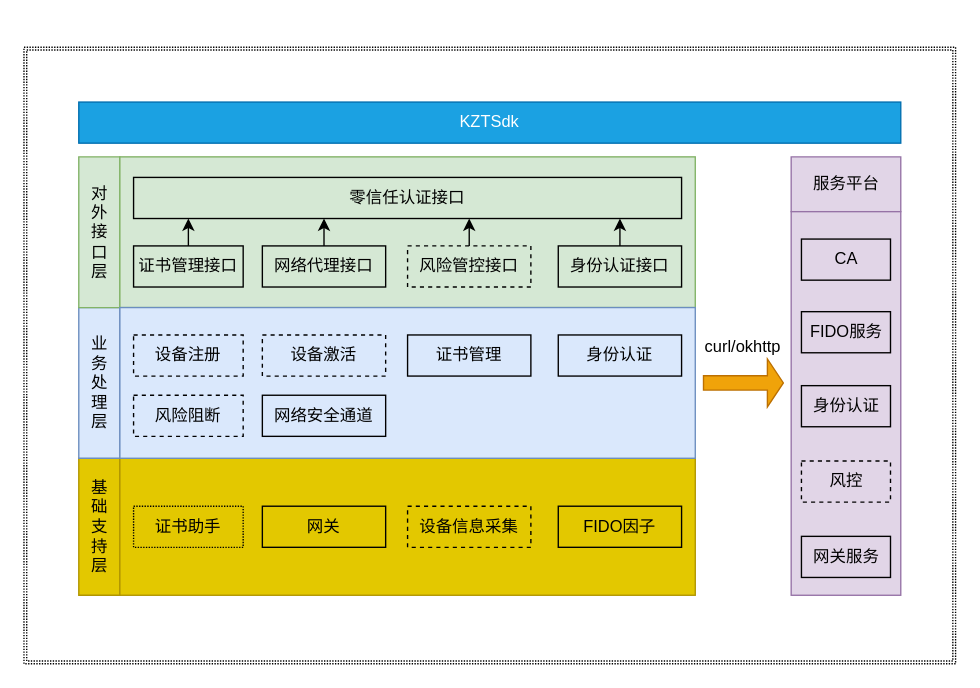
Earlier version of the draw.io diagram 统一身份认证架构视图.drawio (mobof/Koal). Source tidied: cells renumbered, new cells numbered last; positions are measured from the earlier drawing's top-left corner, leaving out a move shared by most shapes. Both pictures are drawn from the tidied source at 137%, with x=0, y=0 at pixel (23, 47).
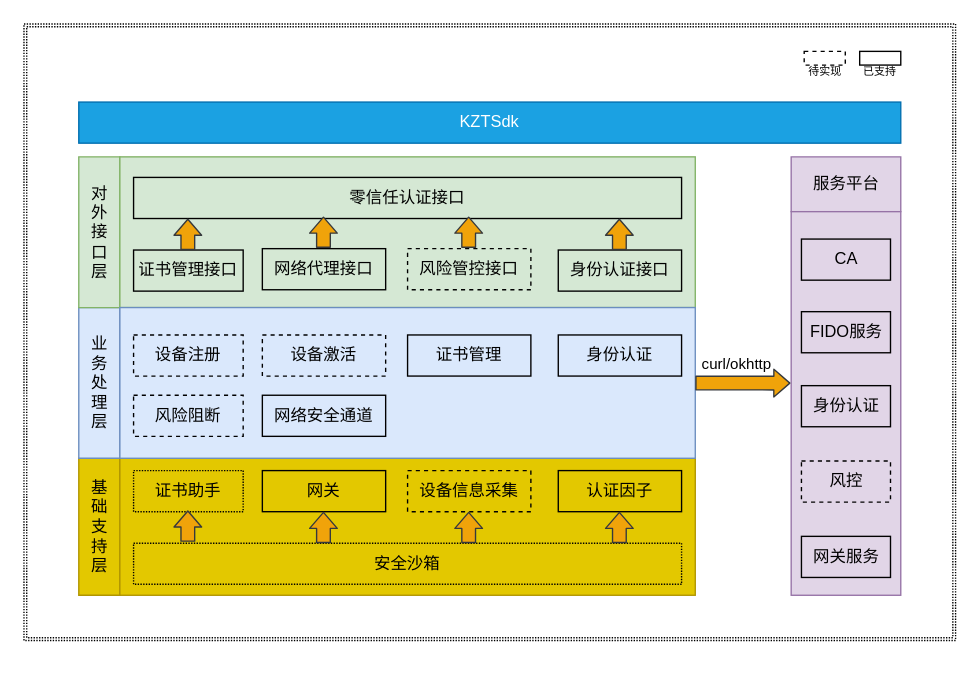
After the change.

Commit message:
Update 统一身份认证架构视图.drawio

The change refers to these unchanged cells:
```xml
<mxCell id="9" style="rounded=0;whiteSpace=wrap;html=1;fontSize=12;fillColor=#e1d5e7;strokeColor=#9673a6;" parent="1" vertex="1">
  <mxGeometry x="560" y="120" width="80" height="280" as="geometry" />
</mxCell>
<mxCell id="13" style="rounded=0;whiteSpace=wrap;html=1;fontSize=12;fillColor=#dae8fc;strokeColor=#6c8ebf;" parent="1" vertex="1">
  <mxGeometry x="70" y="190" width="420" height="110" as="geometry" />
</mxCell>
<mxCell id="14" value="零信任认证接口" style="rounded=0;whiteSpace=wrap;html=1;fontSize=12;fillColor=none;" parent="1" vertex="1">
  <mxGeometry x="80" y="95" width="400" height="30" as="geometry" />
</mxCell>
```

Change to the diagram source:
```diff
@@
-    <mxCell id="2" value="curl/okhttp" style="shape=singleArrow;direction=east;whiteSpace=wrap;html=1;fontSize=12;strokeColor=#BD7000;fillColor=#f0a30a;fontColor=#000000;labelPosition=center;verticalLabelPosition=top;align=center;verticalAlign=bottom;shadow=0;sketch=0;" parent="1" vertex="1">
-      <mxGeometry x="496" y="227.5" width="58.3" height="35" as="geometry" />
-    </mxCell>
     <mxCell id="3" style="shape=ext;double=1;rounded=0;whiteSpace=wrap;html=1;dashed=1;dashPattern=1 1;fontSize=12;strokeColor=#000000;fillColor=none;" parent="1" vertex="1">
-      <mxGeometry width="680" height="450" as="geometry" />
+      <mxGeometry y="-17" width="680" height="450" as="geometry" />
     </mxCell>
@@
-    <mxCell id="15" style="edgeStyle=orthogonalEdgeStyle;rounded=0;jettySize=auto;html=1;entryX=0.098;entryY=0.967;entryDx=0;entryDy=0;entryPerimeter=0;fontSize=12;" parent="1" edge="1" source="16" target="14">
-      <mxGeometry relative="1" as="geometry" />
-    </mxCell>
     <mxCell id="16" value="证书管理接口" style="rounded=0;whiteSpace=wrap;html=1;fontSize=12;fillColor=none;" parent="1" vertex="1">
-      <mxGeometry x="80" y="145" width="80" height="30" as="geometry" />
+      <mxGeometry x="80" y="148" width="80" height="30" as="geometry" />
     </mxCell>
-    <mxCell id="17" style="edgeStyle=orthogonalEdgeStyle;rounded=0;jettySize=auto;html=1;entryX=0.348;entryY=1.033;entryDx=0;entryDy=0;entryPerimeter=0;fontSize=12;" parent="1" edge="1" source="18" target="14">
-      <mxGeometry relative="1" as="geometry" />
-    </mxCell>
     <mxCell id="18" value="网络代理接口" style="rounded=0;whiteSpace=wrap;html=1;fontSize=12;fillColor=none;" parent="1" vertex="1">
-      <mxGeometry x="174" y="145" width="90" height="30" as="geometry" />
+      <mxGeometry x="174" y="147" width="90" height="30" as="geometry" />
     </mxCell>
-    <mxCell id="19" style="edgeStyle=orthogonalEdgeStyle;rounded=0;jettySize=auto;html=1;entryX=0.613;entryY=1.033;entryDx=0;entryDy=0;entryPerimeter=0;fontSize=12;" parent="1" edge="1" source="20" target="14">
-      <mxGeometry relative="1" as="geometry" />
-    </mxCell>
     <mxCell id="20" value="风险管控接口" style="rounded=0;whiteSpace=wrap;html=1;fontSize=12;fillColor=none;dashed=1;" parent="1" vertex="1">
-      <mxGeometry x="280" y="145" width="90" height="30" as="geometry" />
+      <mxGeometry x="280" y="147" width="90" height="30" as="geometry" />
     </mxCell>
@@
     <mxCell id="22" value="设备信息采集" style="rounded=0;whiteSpace=wrap;html=1;fontSize=12;fillColor=none;dashed=1;" parent="1" vertex="1">
-      <mxGeometry x="280" y="335" width="90" height="30" as="geometry" />
+      <mxGeometry x="280" y="309" width="90" height="30" as="geometry" />
     </mxCell>
@@
     <mxCell id="30" value="网关" style="rounded=0;whiteSpace=wrap;html=1;fontSize=12;fillColor=none;" parent="1" vertex="1">
-      <mxGeometry x="174" y="335" width="90" height="30" as="geometry" />
+      <mxGeometry x="174" y="309" width="90" height="30" as="geometry" />
     </mxCell>
-    <mxCell id="31" style="edgeStyle=orthogonalEdgeStyle;rounded=0;jettySize=auto;html=1;entryX=0.888;entryY=0.967;entryDx=0;entryDy=0;entryPerimeter=0;fontSize=12;" parent="1" edge="1" source="32" target="14">
-      <mxGeometry relative="1" as="geometry" />
-    </mxCell>
     <mxCell id="32" value="身份认证接口" style="rounded=0;whiteSpace=wrap;html=1;fontSize=12;fillColor=none;" parent="1" vertex="1">
-      <mxGeometry x="390" y="145" width="90" height="30" as="geometry" />
+      <mxGeometry x="390" y="148" width="90" height="30" as="geometry" />
     </mxCell>
@@
     <mxCell id="35" value="证书助手" style="rounded=0;whiteSpace=wrap;html=1;fontSize=12;fillColor=none;dashed=1;dashPattern=1 1;" parent="1" vertex="1">
-      <mxGeometry x="80" y="335" width="80" height="30" as="geometry" />
+      <mxGeometry x="80" y="309" width="80" height="30" as="geometry" />
     </mxCell>
-    <mxCell id="36" value="FIDO因子" style="rounded=0;whiteSpace=wrap;html=1;fontSize=12;fillColor=none;" parent="1" vertex="1">
-      <mxGeometry x="390" y="335" width="90" height="30" as="geometry" />
+    <mxCell id="36" value="认证因子" style="rounded=0;whiteSpace=wrap;html=1;fontSize=12;fillColor=none;" parent="1" vertex="1">
+      <mxGeometry x="390" y="309" width="90" height="30" as="geometry" />
     </mxCell>
+    <mxCell id="37" value="安全沙箱" style="rounded=0;whiteSpace=wrap;html=1;fontSize=12;fillColor=none;dashed=1;dashPattern=1 1;" parent="1" vertex="1">
+      <mxGeometry x="80" y="362" width="400" height="30" as="geometry" />
+    </mxCell>
+    <mxCell id="38" style="shape=flexArrow;endArrow=classic;html=1;endWidth=9.166666666666668;endSize=3.558333333333333;strokeColor=#36393d;fillColor=#F0A30A;" parent="1" edge="1">
+      <mxGeometry relative="1" as="geometry">
+        <mxPoint x="119.6" y="361" as="sourcePoint" />
+        <mxPoint x="119.6" y="338" as="targetPoint" />
+      </mxGeometry>
+    </mxCell>
+    <mxCell id="39" style="shape=flexArrow;endArrow=classic;html=1;endWidth=9.166666666666668;endSize=3.558333333333333;strokeColor=#36393d;fillColor=#F0A30A;" parent="1" edge="1">
+      <mxGeometry relative="1" as="geometry">
+        <mxPoint x="218.6" y="362" as="sourcePoint" />
+        <mxPoint x="218.6" y="339" as="targetPoint" />
+      </mxGeometry>
+    </mxCell>
+    <mxCell id="40" style="shape=flexArrow;endArrow=classic;html=1;endWidth=9.166666666666668;endSize=3.558333333333333;strokeColor=#36393d;fillColor=#F0A30A;" parent="1" edge="1">
+      <mxGeometry relative="1" as="geometry">
+        <mxPoint x="324.6" y="362" as="sourcePoint" />
+        <mxPoint x="324.6" y="339" as="targetPoint" />
+      </mxGeometry>
+    </mxCell>
+    <mxCell id="41" style="shape=flexArrow;endArrow=classic;html=1;endWidth=9.166666666666668;endSize=3.558333333333333;strokeColor=#36393d;fillColor=#F0A30A;" parent="1" edge="1">
+      <mxGeometry relative="1" as="geometry">
+        <mxPoint x="434.6" y="362" as="sourcePoint" />
+        <mxPoint x="434.6" y="339" as="targetPoint" />
+      </mxGeometry>
+    </mxCell>
+    <mxCell id="42" style="shape=flexArrow;endArrow=classic;html=1;endWidth=9.166666666666668;endSize=3.558333333333333;strokeColor=#36393d;fillColor=#F0A30A;entryX=-0.006;entryY=0.447;entryDx=0;entryDy=0;entryPerimeter=0;exitX=1;exitY=0.5;exitDx=0;exitDy=0;" parent="1" edge="1" source="13" target="9">
+      <mxGeometry relative="1" as="geometry" />
+    </mxCell>
+    <mxCell id="2" value="curl/okhttp" style="edgeLabel;html=1;align=center;verticalAlign=middle;" parent="42" vertex="1">
+      <mxGeometry x="-0.15" relative="1" as="geometry">
+        <mxPoint y="-15" as="offset" />
+      </mxGeometry>
+    </mxCell>
+    <mxCell id="43" style="shape=flexArrow;endArrow=classic;html=1;endWidth=9.166666666666668;endSize=3.558333333333333;strokeColor=#36393d;fillColor=#F0A30A;" parent="1" edge="1">
+      <mxGeometry relative="1" as="geometry">
+        <mxPoint x="434.6" y="148" as="sourcePoint" />
+        <mxPoint x="434.6" y="125" as="targetPoint" />
+      </mxGeometry>
+    </mxCell>
+    <mxCell id="44" style="shape=flexArrow;endArrow=classic;html=1;endWidth=9.166666666666668;endSize=3.558333333333333;strokeColor=#36393d;fillColor=#F0A30A;" parent="1" edge="1">
+      <mxGeometry relative="1" as="geometry">
+        <mxPoint x="324.6" y="146.5" as="sourcePoint" />
+        <mxPoint x="324.6" y="123.5" as="targetPoint" />
+      </mxGeometry>
+    </mxCell>
+    <mxCell id="45" style="shape=flexArrow;endArrow=classic;html=1;endWidth=9.166666666666668;endSize=3.558333333333333;strokeColor=#36393d;fillColor=#F0A30A;" parent="1" edge="1">
+      <mxGeometry relative="1" as="geometry">
+        <mxPoint x="218.6" y="146.5" as="sourcePoint" />
+        <mxPoint x="218.6" y="123.5" as="targetPoint" />
+      </mxGeometry>
+    </mxCell>
+    <mxCell id="46" style="shape=flexArrow;endArrow=classic;html=1;endWidth=9.166666666666668;endSize=3.558333333333333;strokeColor=#36393d;fillColor=#F0A30A;" parent="1" edge="1">
+      <mxGeometry relative="1" as="geometry">
+        <mxPoint x="119.6" y="148" as="sourcePoint" />
+        <mxPoint x="119.6" y="125" as="targetPoint" />
+      </mxGeometry>
+    </mxCell>
+    <mxCell id="47" value="&lt;font style=&quot;font-size: 8px&quot;&gt;待实现&lt;/font&gt;" style="rounded=0;whiteSpace=wrap;html=1;fontSize=12;fillColor=none;dashed=1;verticalAlign=top;" parent="1" vertex="1">
+      <mxGeometry x="569.5" y="3" width="30" height="10" as="geometry" />
+    </mxCell>
+    <mxCell id="48" value="&lt;span style=&quot;font-size: 8px&quot;&gt;已支持&lt;/span&gt;" style="rounded=0;whiteSpace=wrap;html=1;fontSize=12;fillColor=none;verticalAlign=top;" parent="1" vertex="1">
+      <mxGeometry x="610" y="3" width="30" height="10" as="geometry" />
+    </mxCell>
```
